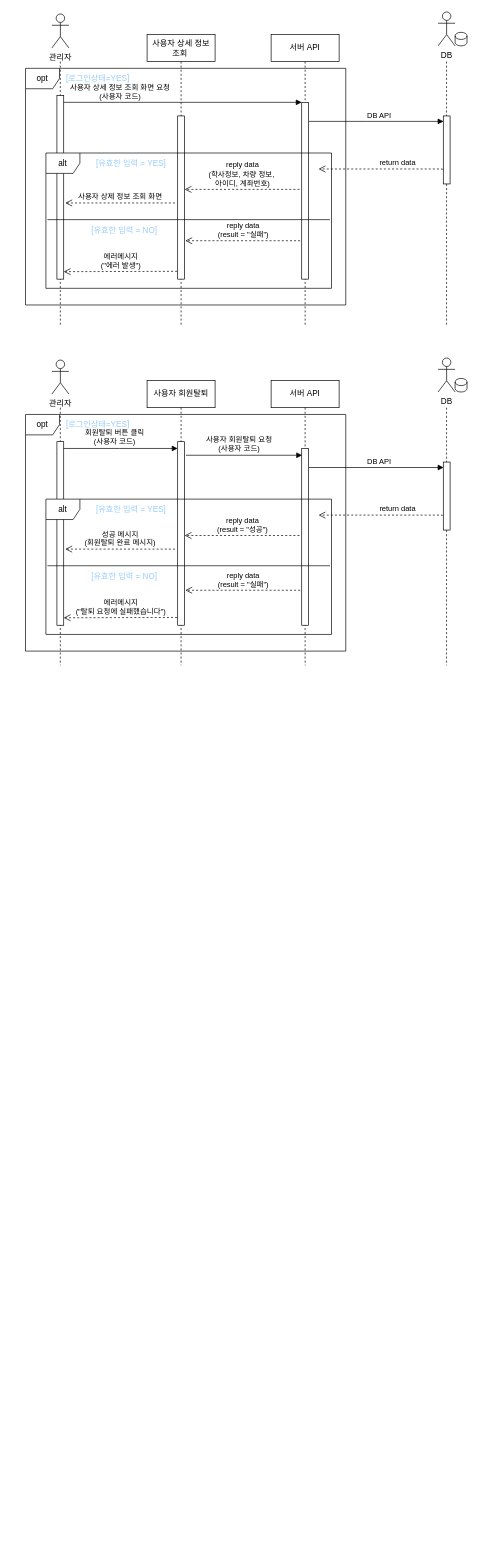
Earlier version of the draw.io diagram page "관리자 4, 5, 6, 7" (2 of 4) of 시퀀스다이어그램 틀_opt.drawio (hyun10144/Lecture3-1). Source tidied: cells renumbered, new cells numbered last; positions are measured from the earlier drawing's top-left corner, leaving out a move shared by most shapes. Both pictures are drawn from the tidied source at 68%, with x=0, y=0 at pixel (25, 12).
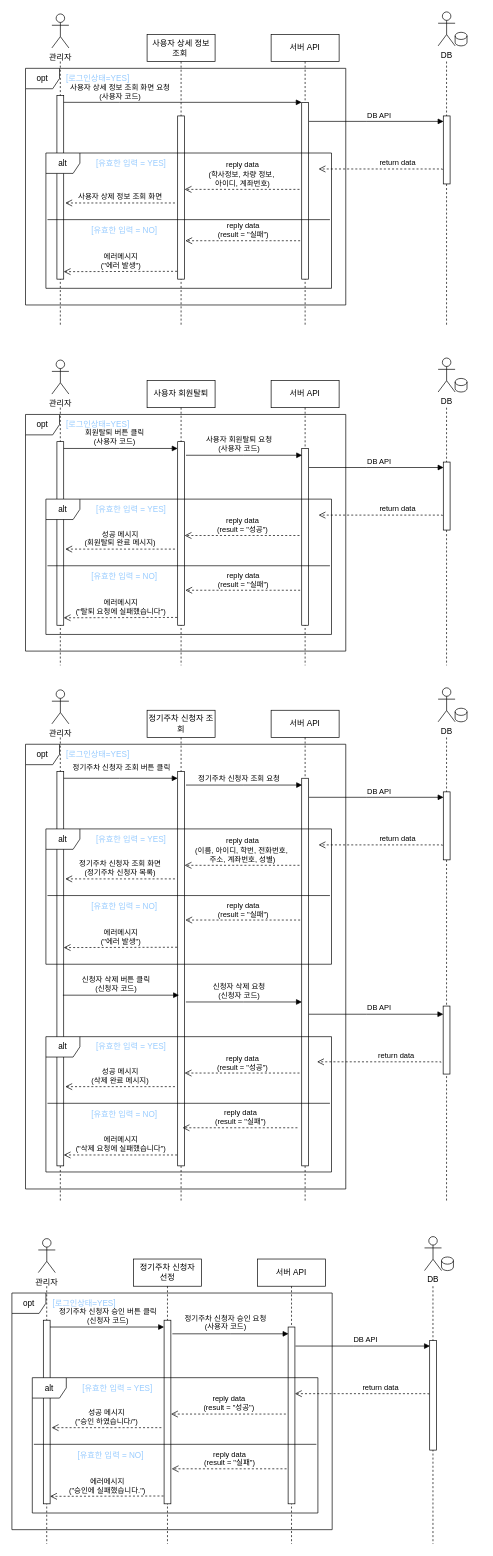
After the change.

Diff of the diagram source:
```diff
@@
+    <mxCell id="51" value="return data" style="html=1;verticalAlign=bottom;endArrow=open;dashed=1;endSize=8;edgeStyle=elbowEdgeStyle;elbow=vertical;curved=0;rounded=0;" parent="1" edge="1">
+      <mxGeometry x="-0.27" relative="1" as="geometry">
+        <mxPoint x="613" y="1226" as="sourcePoint" />
+        <mxPoint x="431" y="1225.5" as="targetPoint" />
+        <Array as="points">
+          <mxPoint x="510.2" y="1225" />
+        </Array>
+      </mxGeometry>
+    </mxCell>
+    <mxCell id="52" value="&lt;div&gt;DB API&lt;/div&gt;" style="html=1;verticalAlign=bottom;endArrow=block;edgeStyle=elbowEdgeStyle;elbow=vertical;curved=0;rounded=0;" parent="1" edge="1">
+      <mxGeometry x="0.04" relative="1" as="geometry">
+        <mxPoint x="417" y="1155" as="sourcePoint" />
+        <mxPoint x="614.8" y="1155" as="targetPoint" />
+        <Array as="points">
+          <mxPoint x="502" y="1155" />
+        </Array>
+      </mxGeometry>
+    </mxCell>
+    <mxCell id="53" value="opt" style="shape=umlFrame;whiteSpace=wrap;html=1;width=50;height=30;" parent="1" vertex="1">
+      <mxGeometry y="1077" width="471" height="654" as="geometry" />
+    </mxCell>
+    <mxCell id="54" value="&lt;font color=&quot;#99ccff&quot;&gt;[로그인상태=YES]&lt;/font&gt;" style="text;html=1;align=center;verticalAlign=middle;strokeColor=none;fillColor=none;" parent="53" vertex="1">
+      <mxGeometry x="46.2" width="120" height="30" as="geometry" />
+    </mxCell>
+    <mxCell id="55" value="정기주차 신청자 조회 버튼 클릭" style="html=1;verticalAlign=bottom;endArrow=block;edgeStyle=elbowEdgeStyle;elbow=vertical;curved=0;rounded=0;" parent="53" edge="1" target="57">
+      <mxGeometry x="0.03" y="6" relative="1" as="geometry">
+        <mxPoint x="53.2" y="50" as="sourcePoint" />
+        <Array as="points">
+          <mxPoint x="138.2" y="50" />
+        </Array>
+      </mxGeometry>
+    </mxCell>
+    <mxCell id="56" value="정기주차 신청자 조회" style="shape=umlLifeline;perimeter=lifelinePerimeter;whiteSpace=wrap;html=1;newEdgeStyle={&quot;edgeStyle&quot;:&quot;elbowEdgeStyle&quot;,&quot;elbow&quot;:&quot;vertical&quot;,&quot;curved&quot;:0,&quot;rounded&quot;:0};" parent="1" vertex="1">
+      <mxGeometry x="178.8" y="1027" width="100" height="724" as="geometry" />
+    </mxCell>
+    <mxCell id="57" style="html=1;points=[];perimeter=orthogonalPerimeter;outlineConnect=0;targetShapes=umlLifeline;portConstraint=eastwest;newEdgeStyle={&quot;edgeStyle&quot;:&quot;elbowEdgeStyle&quot;,&quot;elbow&quot;:&quot;vertical&quot;,&quot;curved&quot;:0,&quot;rounded&quot;:0};" parent="56" vertex="1">
+      <mxGeometry x="45" y="90" width="10" height="580" as="geometry" />
+    </mxCell>
+    <mxCell id="58" value="관리자" style="shape=umlActor;verticalLabelPosition=bottom;verticalAlign=top;html=1;" parent="1" vertex="1">
+      <mxGeometry x="38.8" y="997" width="25" height="50" as="geometry" />
+    </mxCell>
+    <mxCell id="59" style="shape=umlLifeline;perimeter=lifelinePerimeter;whiteSpace=wrap;html=1;newEdgeStyle={&quot;edgeStyle&quot;:&quot;elbowEdgeStyle&quot;,&quot;elbow&quot;:&quot;vertical&quot;,&quot;curved&quot;:0,&quot;rounded&quot;:0};size=0;" parent="1" vertex="1">
+      <mxGeometry x="1.2" y="1067" width="100" height="684" as="geometry" />
+    </mxCell>
+    <mxCell id="60" style="html=1;perimeter=orthogonalPerimeter;targetShapes=umlLifeline;newEdgeStyle={&quot;edgeStyle&quot;:&quot;elbowEdgeStyle&quot;,&quot;elbow&quot;:&quot;vertical&quot;,&quot;curved&quot;:0,&quot;rounded&quot;:0};" parent="59" vertex="1">
+      <mxGeometry x="45" y="50" width="10" height="580" as="geometry" />
+    </mxCell>
+    <mxCell id="61" value="서버 API" style="shape=umlLifeline;perimeter=lifelinePerimeter;whiteSpace=wrap;html=1;newEdgeStyle={&quot;edgeStyle&quot;:&quot;elbowEdgeStyle&quot;,&quot;elbow&quot;:&quot;vertical&quot;,&quot;curved&quot;:0,&quot;rounded&quot;:0};" parent="1" vertex="1">
+      <mxGeometry x="361.2" y="1027" width="100" height="724" as="geometry" />
+    </mxCell>
+    <mxCell id="62" style="html=1;perimeter=orthogonalPerimeter;targetShapes=umlLifeline;newEdgeStyle={&quot;edgeStyle&quot;:&quot;elbowEdgeStyle&quot;,&quot;elbow&quot;:&quot;vertical&quot;,&quot;curved&quot;:0,&quot;rounded&quot;:0};" parent="61" vertex="1">
+      <mxGeometry x="45" y="100" width="10" height="570" as="geometry" />
+    </mxCell>
+    <mxCell id="63" style="shape=umlLifeline;perimeter=lifelinePerimeter;whiteSpace=wrap;html=1;newEdgeStyle={&quot;edgeStyle&quot;:&quot;elbowEdgeStyle&quot;,&quot;elbow&quot;:&quot;vertical&quot;,&quot;curved&quot;:0,&quot;rounded&quot;:0};size=0;" parent="1" vertex="1">
+      <mxGeometry x="569.2" y="1067" width="100" height="684" as="geometry" />
+    </mxCell>
+    <mxCell id="64" style="html=1;perimeter=orthogonalPerimeter;targetShapes=umlLifeline;newEdgeStyle={&quot;edgeStyle&quot;:&quot;elbowEdgeStyle&quot;,&quot;elbow&quot;:&quot;vertical&quot;,&quot;curved&quot;:0,&quot;rounded&quot;:0};" parent="63" vertex="1">
+      <mxGeometry x="45.2" y="80" width="10" height="100" as="geometry" />
+    </mxCell>
+    <mxCell id="65" style="html=1;perimeter=orthogonalPerimeter;targetShapes=umlLifeline;newEdgeStyle={&quot;edgeStyle&quot;:&quot;elbowEdgeStyle&quot;,&quot;elbow&quot;:&quot;vertical&quot;,&quot;curved&quot;:0,&quot;rounded&quot;:0};" parent="63" vertex="1">
+      <mxGeometry x="45" y="395" width="10" height="100" as="geometry" />
+    </mxCell>
+    <mxCell id="66" value="alt" style="shape=umlFrame;whiteSpace=wrap;html=1;width=50;height=30;" parent="1" vertex="1">
+      <mxGeometry x="30" y="1201.5" width="420" height="199" as="geometry" />
+    </mxCell>
+    <mxCell id="67" value="에러메시지&lt;div&gt;(&quot;에러 발생&quot;)&lt;/div&gt;" style="html=1;verticalAlign=bottom;endArrow=open;dashed=1;endSize=8;edgeStyle=elbowEdgeStyle;elbow=vertical;curved=0;rounded=0;" parent="66" edge="1">
+      <mxGeometry relative="1" as="geometry">
+        <mxPoint x="193" y="174" as="sourcePoint" />
+        <mxPoint x="26.2" y="174" as="targetPoint" />
+      </mxGeometry>
+    </mxCell>
+    <mxCell id="68" value="정기주차 신청자 조회 화면&lt;div&gt;(정기주차 신청자 목록)&lt;/div&gt;" style="html=1;verticalAlign=bottom;endArrow=open;dashed=1;endSize=8;edgeStyle=elbowEdgeStyle;elbow=vertical;curved=0;rounded=0;" parent="66" edge="1">
+      <mxGeometry relative="1" as="geometry">
+        <mxPoint x="189.8" y="73.5" as="sourcePoint" />
+        <mxPoint x="28.5" y="73.5" as="targetPoint" />
+        <Array as="points">
+          <mxPoint x="114.8" y="73.5" />
+        </Array>
+      </mxGeometry>
+    </mxCell>
+    <mxCell id="69" value="&lt;font color=&quot;#99ccff&quot;&gt;[유효한 입력 = YES]&lt;/font&gt;" style="text;html=1;align=center;verticalAlign=middle;strokeColor=none;fillColor=none;" parent="66" vertex="1">
+      <mxGeometry x="59.8" width="130" height="30" as="geometry" />
+    </mxCell>
+    <mxCell id="70" value="reply data&lt;div&gt;(이름, 아이디, 학번, 전화번호,&amp;nbsp;&lt;/div&gt;&lt;div&gt;주소, 계좌번호, 성별)&lt;/div&gt;" style="html=1;verticalAlign=bottom;endArrow=open;dashed=1;endSize=8;edgeStyle=elbowEdgeStyle;elbow=vertical;curved=0;rounded=0;" parent="66" edge="1">
+      <mxGeometry x="-0.01" relative="1" as="geometry">
+        <mxPoint x="372.9" y="53.5" as="sourcePoint" />
+        <mxPoint x="204" y="53.5" as="targetPoint" />
+        <Array as="points">
+          <mxPoint x="297.9" y="53.5" />
+        </Array>
+      </mxGeometry>
+    </mxCell>
+    <mxCell id="71" value="&lt;span style=&quot;color: rgb(153, 204, 255);&quot;&gt;[유효한 입력 = NO]&lt;/span&gt;" style="text;html=1;align=center;verticalAlign=middle;strokeColor=none;fillColor=none;" parent="66" vertex="1">
+      <mxGeometry x="50" y="99" width="130" height="30" as="geometry" />
+    </mxCell>
+    <mxCell id="72" style="endArrow=none;html=1;rounded=0;" parent="66" edge="1">
+      <mxGeometry relative="1" as="geometry">
+        <mxPoint x="2.3" y="98" as="sourcePoint" />
+        <mxPoint x="417.7" y="98" as="targetPoint" />
+      </mxGeometry>
+    </mxCell>
+    <mxCell id="73" style="shape=cylinder3;whiteSpace=wrap;html=1;boundedLbl=1;backgroundOutline=1;size=5.277760823567782;" parent="1" vertex="1">
+      <mxGeometry x="631.8" y="1024" width="17.5" height="20" as="geometry" />
+    </mxCell>
+    <mxCell id="74" value="DB" style="shape=umlActor;verticalLabelPosition=bottom;verticalAlign=top;html=1;" parent="1" vertex="1">
+      <mxGeometry x="606.8" y="994" width="25" height="50" as="geometry" />
+    </mxCell>
+    <mxCell id="75" value="정기주차 신청자 조회 요청" style="html=1;verticalAlign=bottom;endArrow=block;edgeStyle=elbowEdgeStyle;elbow=vertical;curved=0;rounded=0;" parent="1" edge="1">
+      <mxGeometry x="-0.09" y="1" relative="1" as="geometry">
+        <mxPoint x="236" y="1137" as="sourcePoint" />
+        <mxPoint x="406.8" y="1137" as="targetPoint" />
+        <Array as="points">
+          <mxPoint x="321" y="1137" />
+        </Array>
+      </mxGeometry>
+    </mxCell>
+    <mxCell id="76" value="reply data&lt;div&gt;(result = &quot;실패&quot;)&lt;/div&gt;" style="html=1;verticalAlign=bottom;endArrow=open;dashed=1;endSize=8;edgeStyle=elbowEdgeStyle;elbow=vertical;curved=0;rounded=0;" parent="1" edge="1">
+      <mxGeometry relative="1" as="geometry">
+        <mxPoint x="403.9" y="1335.5" as="sourcePoint" />
+        <mxPoint x="235" y="1335.5" as="targetPoint" />
+        <Array as="points">
+          <mxPoint x="328.9" y="1335.5" />
+        </Array>
+      </mxGeometry>
+    </mxCell>
+    <mxCell id="77" value="return data" style="html=1;verticalAlign=bottom;endArrow=open;dashed=1;endSize=8;edgeStyle=elbowEdgeStyle;elbow=vertical;curved=0;rounded=0;" parent="1" edge="1">
+      <mxGeometry x="-0.27" relative="1" as="geometry">
+        <mxPoint x="610.8" y="1545" as="sourcePoint" />
+        <mxPoint x="428.8" y="1544.5" as="targetPoint" />
+        <Array as="points">
+          <mxPoint x="508" y="1544" />
+        </Array>
+      </mxGeometry>
+    </mxCell>
+    <mxCell id="78" value="&lt;div&gt;DB API&lt;/div&gt;" style="html=1;verticalAlign=bottom;endArrow=block;edgeStyle=elbowEdgeStyle;elbow=vertical;curved=0;rounded=0;" parent="1" edge="1">
+      <mxGeometry x="0.04" relative="1" as="geometry">
+        <mxPoint x="416.8" y="1474" as="sourcePoint" />
+        <mxPoint x="614.5" y="1474" as="targetPoint" />
+        <Array as="points">
+          <mxPoint x="501.8" y="1474" />
+        </Array>
+      </mxGeometry>
+    </mxCell>
+    <mxCell id="79" value="신청자 삭제 버튼 클릭&lt;div&gt;(신청자 코드)&lt;/div&gt;" style="html=1;verticalAlign=bottom;endArrow=block;edgeStyle=elbowEdgeStyle;elbow=vertical;curved=0;rounded=0;" parent="1" edge="1">
+      <mxGeometry x="-0.09" y="1" relative="1" as="geometry">
+        <mxPoint x="55" y="1446" as="sourcePoint" />
+        <mxPoint x="225.8" y="1446" as="targetPoint" />
+        <Array as="points">
+          <mxPoint x="140" y="1446" />
+        </Array>
+      </mxGeometry>
+    </mxCell>
+    <mxCell id="80" value="신청자 삭제 요청&lt;div&gt;(신청자 코드)&lt;/div&gt;" style="html=1;verticalAlign=bottom;endArrow=block;edgeStyle=elbowEdgeStyle;elbow=horizontal;curved=0;rounded=0;" parent="1" edge="1">
+      <mxGeometry x="-0.09" y="1" relative="1" as="geometry">
+        <mxPoint x="235.8" y="1456" as="sourcePoint" />
+        <mxPoint x="406.5" y="1456" as="targetPoint" />
+        <Array as="points">
+          <mxPoint x="320.8" y="1456" />
+        </Array>
+      </mxGeometry>
+    </mxCell>
+    <mxCell id="81" value="reply data&lt;div&gt;(result = &quot;실패&quot;)&lt;/div&gt;" style="html=1;verticalAlign=bottom;endArrow=open;dashed=1;endSize=8;edgeStyle=elbowEdgeStyle;elbow=vertical;curved=0;rounded=0;" parent="1" edge="1">
+      <mxGeometry relative="1" as="geometry">
+        <mxPoint x="399.9" y="1641" as="sourcePoint" />
+        <mxPoint x="231" y="1641" as="targetPoint" />
+        <Array as="points">
+          <mxPoint x="324.9" y="1641" />
+        </Array>
+      </mxGeometry>
+    </mxCell>
+    <mxCell id="82" value="alt" style="shape=umlFrame;whiteSpace=wrap;html=1;width=50;height=30;" parent="1" vertex="1">
+      <mxGeometry x="30" y="1507" width="420" height="199" as="geometry" />
+    </mxCell>
+    <mxCell id="83" value="에러메시지&lt;div&gt;(&quot;삭제 요청에 실패했습니다&quot;)&lt;/div&gt;" style="html=1;verticalAlign=bottom;endArrow=open;dashed=1;endSize=8;edgeStyle=elbowEdgeStyle;elbow=vertical;curved=0;rounded=0;" parent="82" edge="1">
+      <mxGeometry relative="1" as="geometry">
+        <mxPoint x="193" y="174" as="sourcePoint" />
+        <mxPoint x="26.2" y="174" as="targetPoint" />
+      </mxGeometry>
+    </mxCell>
+    <mxCell id="84" value="성공 메시지&lt;div&gt;(삭제 완료 메시지)&lt;/div&gt;" style="html=1;verticalAlign=bottom;endArrow=open;dashed=1;endSize=8;edgeStyle=elbowEdgeStyle;elbow=vertical;curved=0;rounded=0;" parent="82" edge="1">
+      <mxGeometry relative="1" as="geometry">
+        <mxPoint x="189.8" y="73.5" as="sourcePoint" />
+        <mxPoint x="28.5" y="73.5" as="targetPoint" />
+        <Array as="points">
+          <mxPoint x="114.8" y="73.5" />
+        </Array>
+      </mxGeometry>
+    </mxCell>
+    <mxCell id="85" value="&lt;font color=&quot;#99ccff&quot;&gt;[유효한 입력 = YES]&lt;/font&gt;" style="text;html=1;align=center;verticalAlign=middle;strokeColor=none;fillColor=none;" parent="82" vertex="1">
+      <mxGeometry x="59.8" width="130" height="30" as="geometry" />
+    </mxCell>
+    <mxCell id="86" value="reply data&lt;div&gt;(result = &quot;성공&quot;)&lt;/div&gt;" style="html=1;verticalAlign=bottom;endArrow=open;dashed=1;endSize=8;edgeStyle=elbowEdgeStyle;elbow=horizontal;curved=0;rounded=0;" parent="82" edge="1">
+      <mxGeometry x="-0.01" relative="1" as="geometry">
+        <mxPoint x="372.9" y="53.5" as="sourcePoint" />
+        <mxPoint x="204" y="53.5" as="targetPoint" />
+        <Array as="points">
+          <mxPoint x="297.9" y="53.5" />
+        </Array>
+      </mxGeometry>
+    </mxCell>
+    <mxCell id="87" value="&lt;span style=&quot;color: rgb(153, 204, 255);&quot;&gt;[유효한 입력 = NO]&lt;/span&gt;" style="text;html=1;align=center;verticalAlign=middle;strokeColor=none;fillColor=none;" parent="82" vertex="1">
+      <mxGeometry x="50" y="99" width="130" height="30" as="geometry" />
+    </mxCell>
+    <mxCell id="88" style="endArrow=none;html=1;rounded=0;" parent="82" edge="1">
+      <mxGeometry relative="1" as="geometry">
+        <mxPoint x="2.3" y="98" as="sourcePoint" />
+        <mxPoint x="417.7" y="98" as="targetPoint" />
+      </mxGeometry>
+    </mxCell>
+    <mxCell id="89" value="return data" style="html=1;verticalAlign=bottom;endArrow=open;dashed=1;endSize=8;edgeStyle=elbowEdgeStyle;elbow=vertical;curved=0;rounded=0;" parent="1" edge="1" target="100">
+      <mxGeometry x="-0.27" relative="1" as="geometry">
+        <mxPoint x="593" y="2033" as="sourcePoint" />
+        <Array as="points">
+          <mxPoint x="490.2" y="2032" />
+        </Array>
+      </mxGeometry>
+    </mxCell>
+    <mxCell id="90" value="&lt;div&gt;DB API&lt;/div&gt;" style="html=1;verticalAlign=bottom;endArrow=block;edgeStyle=elbowEdgeStyle;elbow=vertical;curved=0;rounded=0;" parent="1" edge="1">
+      <mxGeometry x="0.04" relative="1" as="geometry">
+        <mxPoint x="397" y="1962" as="sourcePoint" />
+        <mxPoint x="594.8" y="1962" as="targetPoint" />
+        <Array as="points">
+          <mxPoint x="482" y="1962" />
+        </Array>
+      </mxGeometry>
+    </mxCell>
+    <mxCell id="91" value="opt" style="shape=umlFrame;whiteSpace=wrap;html=1;width=50;height=30;" parent="1" vertex="1">
+      <mxGeometry x="-20" y="1884" width="471" height="348" as="geometry" />
+    </mxCell>
+    <mxCell id="92" value="&lt;font color=&quot;#99ccff&quot;&gt;[로그인상태=YES]&lt;/font&gt;" style="text;html=1;align=center;verticalAlign=middle;strokeColor=none;fillColor=none;" parent="91" vertex="1">
+      <mxGeometry x="46.2" width="120" height="30" as="geometry" />
+    </mxCell>
+    <mxCell id="93" value="정기주차 신청자 승인 버튼 클릭&lt;div&gt;(신청자 코드)&lt;/div&gt;" style="html=1;verticalAlign=bottom;endArrow=block;edgeStyle=elbowEdgeStyle;elbow=vertical;curved=0;rounded=0;" parent="91" edge="1" target="95">
+      <mxGeometry x="0.03" relative="1" as="geometry">
+        <mxPoint x="53.2" y="50" as="sourcePoint" />
+        <Array as="points">
+          <mxPoint x="138.2" y="50" />
+        </Array>
+      </mxGeometry>
+    </mxCell>
+    <mxCell id="94" value="정기주차 신청자&lt;div&gt;선정&lt;/div&gt;" style="shape=umlLifeline;perimeter=lifelinePerimeter;whiteSpace=wrap;html=1;newEdgeStyle={&quot;edgeStyle&quot;:&quot;elbowEdgeStyle&quot;,&quot;elbow&quot;:&quot;vertical&quot;,&quot;curved&quot;:0,&quot;rounded&quot;:0};" parent="1" vertex="1">
+      <mxGeometry x="158.8" y="1834" width="100" height="419" as="geometry" />
+    </mxCell>
+    <mxCell id="95" style="html=1;points=[];perimeter=orthogonalPerimeter;outlineConnect=0;targetShapes=umlLifeline;portConstraint=eastwest;newEdgeStyle={&quot;edgeStyle&quot;:&quot;elbowEdgeStyle&quot;,&quot;elbow&quot;:&quot;vertical&quot;,&quot;curved&quot;:0,&quot;rounded&quot;:0};" parent="94" vertex="1">
+      <mxGeometry x="45" y="90" width="10" height="270" as="geometry" />
+    </mxCell>
+    <mxCell id="96" value="관리자" style="shape=umlActor;verticalLabelPosition=bottom;verticalAlign=top;html=1;" parent="1" vertex="1">
+      <mxGeometry x="18.8" y="1804" width="25" height="50" as="geometry" />
+    </mxCell>
+    <mxCell id="97" style="shape=umlLifeline;perimeter=lifelinePerimeter;whiteSpace=wrap;html=1;newEdgeStyle={&quot;edgeStyle&quot;:&quot;elbowEdgeStyle&quot;,&quot;elbow&quot;:&quot;vertical&quot;,&quot;curved&quot;:0,&quot;rounded&quot;:0};size=0;" parent="1" vertex="1">
+      <mxGeometry x="-18.8" y="1874" width="100" height="379" as="geometry" />
+    </mxCell>
+    <mxCell id="98" style="html=1;perimeter=orthogonalPerimeter;targetShapes=umlLifeline;newEdgeStyle={&quot;edgeStyle&quot;:&quot;elbowEdgeStyle&quot;,&quot;elbow&quot;:&quot;vertical&quot;,&quot;curved&quot;:0,&quot;rounded&quot;:0};" parent="97" vertex="1">
+      <mxGeometry x="45" y="50" width="10" height="270" as="geometry" />
+    </mxCell>
+    <mxCell id="99" value="서버 API" style="shape=umlLifeline;perimeter=lifelinePerimeter;whiteSpace=wrap;html=1;newEdgeStyle={&quot;edgeStyle&quot;:&quot;elbowEdgeStyle&quot;,&quot;elbow&quot;:&quot;vertical&quot;,&quot;curved&quot;:0,&quot;rounded&quot;:0};" parent="1" vertex="1">
+      <mxGeometry x="341.2" y="1834" width="100" height="419" as="geometry" />
+    </mxCell>
+    <mxCell id="100" style="html=1;points=[];perimeter=orthogonalPerimeter;outlineConnect=0;targetShapes=umlLifeline;portConstraint=eastwest;newEdgeStyle={&quot;edgeStyle&quot;:&quot;elbowEdgeStyle&quot;,&quot;elbow&quot;:&quot;vertical&quot;,&quot;curved&quot;:0,&quot;rounded&quot;:0};" parent="99" vertex="1">
+      <mxGeometry x="45" y="100" width="10" height="260" as="geometry" />
+    </mxCell>
+    <mxCell id="101" style="shape=umlLifeline;perimeter=lifelinePerimeter;whiteSpace=wrap;html=1;newEdgeStyle={&quot;edgeStyle&quot;:&quot;elbowEdgeStyle&quot;,&quot;elbow&quot;:&quot;vertical&quot;,&quot;curved&quot;:0,&quot;rounded&quot;:0};size=0;" parent="1" vertex="1">
+      <mxGeometry x="549.2" y="1874" width="100" height="379" as="geometry" />
+    </mxCell>
+    <mxCell id="102" style="html=1;perimeter=orthogonalPerimeter;targetShapes=umlLifeline;newEdgeStyle={&quot;edgeStyle&quot;:&quot;elbowEdgeStyle&quot;,&quot;elbow&quot;:&quot;vertical&quot;,&quot;curved&quot;:0,&quot;rounded&quot;:0};" parent="101" vertex="1">
+      <mxGeometry x="45.2" y="80" width="10" height="161" as="geometry" />
+    </mxCell>
+    <mxCell id="103" value="alt" style="shape=umlFrame;whiteSpace=wrap;html=1;width=50;height=30;" parent="1" vertex="1">
+      <mxGeometry x="10" y="2008.5" width="420" height="199" as="geometry" />
+    </mxCell>
+    <mxCell id="104" value="에러메시지&lt;div&gt;(&quot;승인에 실패했습니다.&quot;)&lt;/div&gt;" style="html=1;verticalAlign=bottom;endArrow=open;dashed=1;endSize=8;edgeStyle=elbowEdgeStyle;elbow=vertical;curved=0;rounded=0;" parent="103" edge="1">
+      <mxGeometry relative="1" as="geometry">
+        <mxPoint x="193" y="174" as="sourcePoint" />
+        <mxPoint x="26.2" y="174" as="targetPoint" />
+      </mxGeometry>
+    </mxCell>
+    <mxCell id="105" value="성공 메시지&lt;div&gt;(&quot;승인 하였습니다/&quot;)&lt;/div&gt;" style="html=1;verticalAlign=bottom;endArrow=open;dashed=1;endSize=8;edgeStyle=elbowEdgeStyle;elbow=vertical;curved=0;rounded=0;" parent="103" edge="1">
+      <mxGeometry relative="1" as="geometry">
+        <mxPoint x="189.8" y="73.5" as="sourcePoint" />
+        <mxPoint x="28.5" y="73.5" as="targetPoint" />
+        <Array as="points">
+          <mxPoint x="114.8" y="73.5" />
+        </Array>
+      </mxGeometry>
+    </mxCell>
+    <mxCell id="106" value="&lt;font color=&quot;#99ccff&quot;&gt;[유효한 입력 = YES]&lt;/font&gt;" style="text;html=1;align=center;verticalAlign=middle;strokeColor=none;fillColor=none;" parent="103" vertex="1">
+      <mxGeometry x="59.8" width="130" height="30" as="geometry" />
+    </mxCell>
+    <mxCell id="107" value="reply data&lt;div&gt;(result = &quot;성공&quot;)&lt;/div&gt;" style="html=1;verticalAlign=bottom;endArrow=open;dashed=1;endSize=8;edgeStyle=elbowEdgeStyle;elbow=horizontal;curved=0;rounded=0;" parent="103" edge="1">
+      <mxGeometry x="-0.01" relative="1" as="geometry">
+        <mxPoint x="372.9" y="53.5" as="sourcePoint" />
+        <mxPoint x="204" y="53.5" as="targetPoint" />
+        <Array as="points">
+          <mxPoint x="297.9" y="53.5" />
+        </Array>
+      </mxGeometry>
+    </mxCell>
+    <mxCell id="108" value="&lt;span style=&quot;color: rgb(153, 204, 255);&quot;&gt;[유효한 입력 = NO]&lt;/span&gt;" style="text;html=1;align=center;verticalAlign=middle;strokeColor=none;fillColor=none;" parent="103" vertex="1">
+      <mxGeometry x="50" y="99" width="130" height="30" as="geometry" />
+    </mxCell>
+    <mxCell id="109" style="endArrow=none;html=1;rounded=0;" parent="103" edge="1">
+      <mxGeometry relative="1" as="geometry">
+        <mxPoint x="2.3" y="98" as="sourcePoint" />
+        <mxPoint x="417.7" y="98" as="targetPoint" />
+      </mxGeometry>
+    </mxCell>
+    <mxCell id="110" style="shape=cylinder3;whiteSpace=wrap;html=1;boundedLbl=1;backgroundOutline=1;size=5.277760823567782;" parent="1" vertex="1">
+      <mxGeometry x="611.8" y="1831" width="17.5" height="20" as="geometry" />
+    </mxCell>
+    <mxCell id="111" value="DB" style="shape=umlActor;verticalLabelPosition=bottom;verticalAlign=top;html=1;" parent="1" vertex="1">
+      <mxGeometry x="586.8" y="1801" width="25" height="50" as="geometry" />
+    </mxCell>
+    <mxCell id="112" value="정기주차 신청자 승인 요청&lt;div&gt;(사용자 코드)&lt;/div&gt;" style="html=1;verticalAlign=bottom;endArrow=block;edgeStyle=elbowEdgeStyle;elbow=vertical;curved=0;rounded=0;" parent="1" edge="1">
+      <mxGeometry x="-0.09" y="1" relative="1" as="geometry">
+        <mxPoint x="216" y="1944" as="sourcePoint" />
+        <mxPoint x="386.8" y="1944" as="targetPoint" />
+        <Array as="points">
+          <mxPoint x="301" y="1944" />
+        </Array>
+      </mxGeometry>
+    </mxCell>
+    <mxCell id="113" value="reply data&lt;div&gt;(result = &quot;실패&quot;)&lt;/div&gt;" style="html=1;verticalAlign=bottom;endArrow=open;dashed=1;endSize=8;edgeStyle=elbowEdgeStyle;elbow=vertical;curved=0;rounded=0;" parent="1" edge="1">
+      <mxGeometry relative="1" as="geometry">
+        <mxPoint x="383.9" y="2142.5" as="sourcePoint" />
+        <mxPoint x="215" y="2142.5" as="targetPoint" />
+        <Array as="points">
+          <mxPoint x="308.9" y="2142.5" />
+        </Array>
+      </mxGeometry>
+    </mxCell>
```
